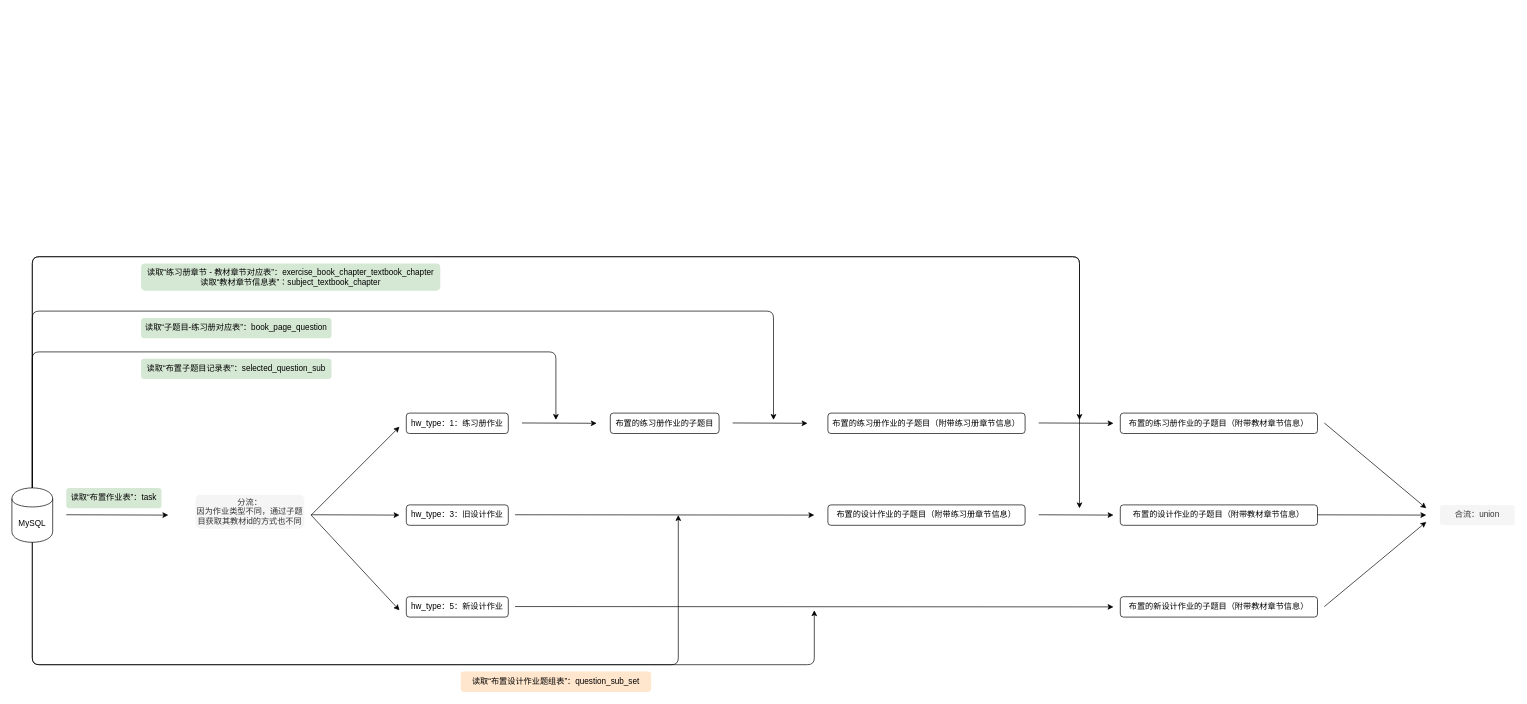
Earlier version of the draw.io diagram page "实时计算-布置子题目明细表" (2 of 2) of Untitled Diagram.drawio (just-lancer/my_note). Source tidied: cells renumbered, new cells numbered last; positions are measured from the earlier drawing's top-left corner, leaving out a move shared by most shapes. Both pictures are drawn from the tidied source at 68%, with x=0, y=0 at pixel (12, 256).
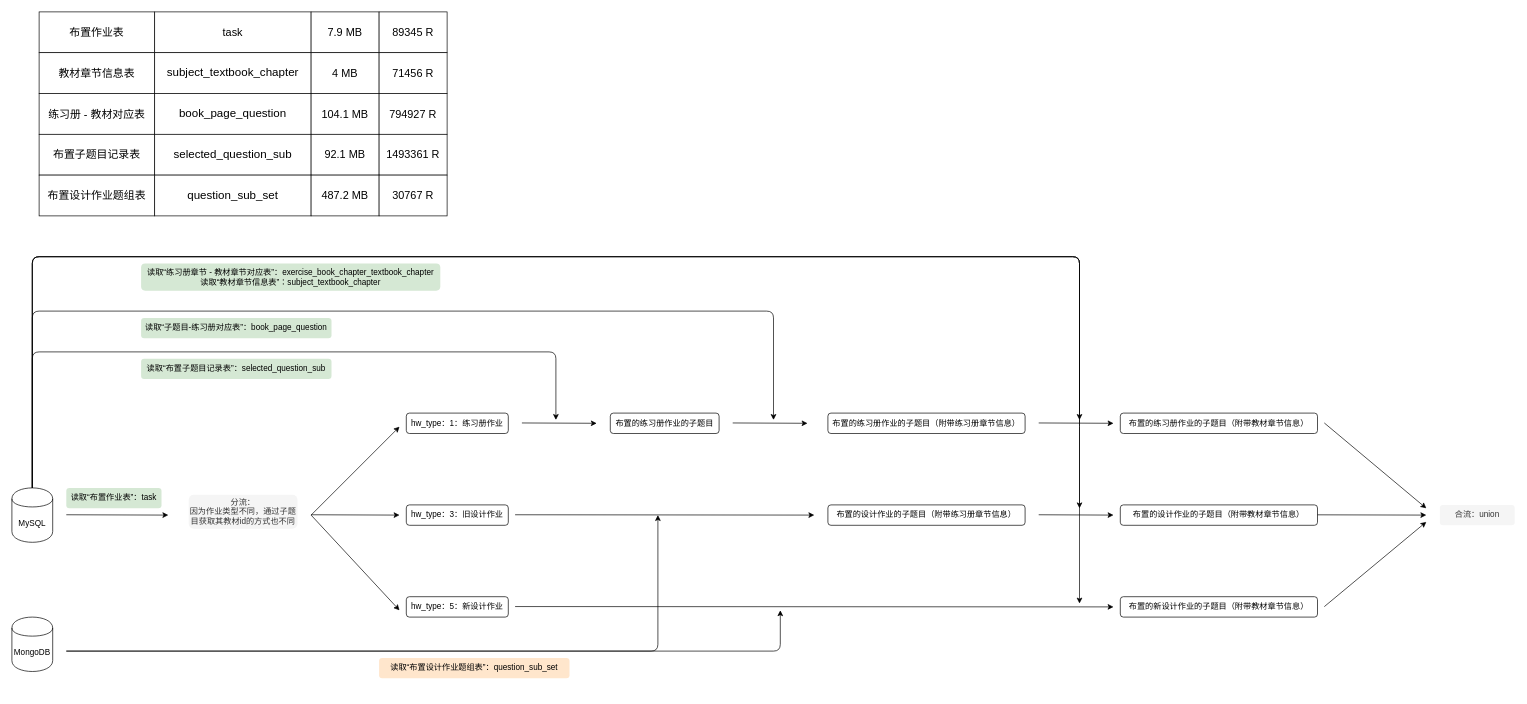
The same diagram, later.

Commit message (it also covers changes not shown here):
kafka comsumer

Change to the diagram source:
```diff
@@
     <mxCell id="8" value="分流：&lt;br&gt;因为作业类型不同，通过子题目获取其教材id的方式也不同" style="rounded=1;whiteSpace=wrap;html=1;fillColor=#f5f5f5;strokeColor=none;fontColor=#333333;" parent="1" vertex="1">
-      <mxGeometry x="270" y="350" width="160" height="50" as="geometry" />
+      <mxGeometry x="260" y="350" width="160" height="50" as="geometry" />
     </mxCell>
@@
-    <mxCell id="25" style="endArrow=classic;html=1;edgeStyle=orthogonalEdgeStyle;" parent="1" edge="1">
-      <mxGeometry relative="1" as="geometry">
-        <mxPoint x="30" y="420" as="sourcePoint" />
-        <mxPoint x="980" y="380" as="targetPoint" />
-        <Array as="points">
-          <mxPoint x="30" y="600" />
-          <mxPoint x="980" y="600" />
-        </Array>
-      </mxGeometry>
-    </mxCell>
     <mxCell id="26" value="读取“&lt;span style=&quot;font-size: 12px;&quot;&gt;布置设计作业题组表&lt;/span&gt;”：&lt;span lang=&quot;EN-US&quot; style=&quot;font-size: 12px;&quot;&gt;question_sub_set&lt;/span&gt;" style="rounded=1;whiteSpace=wrap;html=1;fillColor=#ffe6cc;strokeColor=none;fontSize=12;" parent="1" vertex="1">
-      <mxGeometry x="660" y="610" width="280" height="30" as="geometry" />
+      <mxGeometry x="540" y="590" width="280" height="30" as="geometry" />
     </mxCell>
@@
-    <mxCell id="34" style="endArrow=classic;html=1;edgeStyle=orthogonalEdgeStyle;" parent="1" edge="1">
-      <mxGeometry relative="1" as="geometry">
-        <mxPoint x="30" y="420" as="sourcePoint" />
-        <mxPoint x="1180" y="520" as="targetPoint" />
-        <Array as="points">
-          <mxPoint x="30" y="600" />
-          <mxPoint x="1180" y="600" />
-        </Array>
-      </mxGeometry>
-    </mxCell>
@@
+    <mxCell id="38" value="布置作业表" style="rounded=0;whiteSpace=wrap;html=1;fontSize=16;" parent="1" vertex="1">
+      <mxGeometry x="40" y="-360" width="170" height="60" as="geometry" />
+    </mxCell>
+    <mxCell id="39" value="task" style="rounded=0;whiteSpace=wrap;html=1;fontSize=16;" parent="1" vertex="1">
+      <mxGeometry x="210" y="-360" width="230" height="60" as="geometry" />
+    </mxCell>
+    <mxCell id="40" value="7.9 MB" style="rounded=0;whiteSpace=wrap;html=1;fontSize=16;" parent="1" vertex="1">
+      <mxGeometry x="440" y="-360" width="100" height="60" as="geometry" />
+    </mxCell>
+    <mxCell id="41" value="89345 R" style="rounded=0;whiteSpace=wrap;html=1;fontSize=16;" parent="1" vertex="1">
+      <mxGeometry x="540" y="-360" width="100" height="60" as="geometry" />
+    </mxCell>
+    <mxCell id="42" value="教材章节信息表" style="rounded=0;whiteSpace=wrap;html=1;fontSize=16;" parent="1" vertex="1">
+      <mxGeometry x="40" y="-300" width="170" height="60" as="geometry" />
+    </mxCell>
+    <mxCell id="43" value="&lt;span style=&quot;font-size: 17px;&quot;&gt;subject_textbook_chapter&lt;/span&gt;" style="rounded=0;whiteSpace=wrap;html=1;fontSize=17;" parent="1" vertex="1">
+      <mxGeometry x="210" y="-300" width="230" height="60" as="geometry" />
+    </mxCell>
+    <mxCell id="44" value="4 MB" style="rounded=0;whiteSpace=wrap;html=1;fontSize=16;" parent="1" vertex="1">
+      <mxGeometry x="440" y="-300" width="100" height="60" as="geometry" />
+    </mxCell>
+    <mxCell id="45" value="71456 R" style="rounded=0;whiteSpace=wrap;html=1;fontSize=16;" parent="1" vertex="1">
+      <mxGeometry x="540" y="-300" width="100" height="60" as="geometry" />
+    </mxCell>
+    <mxCell id="46" value="MongoDB" style="shape=cylinder;whiteSpace=wrap;html=1;boundedLbl=1;backgroundOutline=1;fontSize=12;" parent="1" vertex="1">
+      <mxGeometry y="530" width="60" height="80" as="geometry" />
+    </mxCell>
+    <mxCell id="47" style="endArrow=classic;html=1;edgeStyle=orthogonalEdgeStyle;" parent="1" edge="1">
+      <mxGeometry relative="1" as="geometry">
+        <mxPoint x="80" y="580" as="sourcePoint" />
+        <mxPoint x="950" y="380" as="targetPoint" />
+        <Array as="points">
+          <mxPoint x="80" y="580" />
+          <mxPoint x="950" y="580" />
+        </Array>
+      </mxGeometry>
+    </mxCell>
+    <mxCell id="48" style="endArrow=classic;html=1;edgeStyle=orthogonalEdgeStyle;" parent="1" edge="1">
+      <mxGeometry relative="1" as="geometry">
+        <mxPoint x="80" y="580" as="sourcePoint" />
+        <mxPoint x="1130" y="520" as="targetPoint" />
+        <Array as="points">
+          <mxPoint x="80" y="580" />
+          <mxPoint x="1130" y="580" />
+        </Array>
+      </mxGeometry>
+    </mxCell>
+    <mxCell id="49" value="练习册 - 教材对应表" style="rounded=0;whiteSpace=wrap;html=1;fontSize=16;" parent="1" vertex="1">
+      <mxGeometry x="40" y="-240" width="170" height="60" as="geometry" />
+    </mxCell>
+    <mxCell id="50" value="&lt;span style=&quot;font-size: 17px&quot;&gt;book_page_question&lt;/span&gt;" style="rounded=0;whiteSpace=wrap;html=1;fontSize=17;" parent="1" vertex="1">
+      <mxGeometry x="210" y="-240" width="230" height="60" as="geometry" />
+    </mxCell>
+    <mxCell id="51" value="104.1 MB" style="rounded=0;whiteSpace=wrap;html=1;fontSize=16;" parent="1" vertex="1">
+      <mxGeometry x="440" y="-240" width="100" height="60" as="geometry" />
+    </mxCell>
+    <mxCell id="52" value="794927 R" style="rounded=0;whiteSpace=wrap;html=1;fontSize=16;" parent="1" vertex="1">
+      <mxGeometry x="540" y="-240" width="100" height="60" as="geometry" />
+    </mxCell>
+    <mxCell id="53" style="endArrow=classic;html=1;exitX=0.5;exitY=0;exitDx=0;exitDy=0;edgeStyle=orthogonalEdgeStyle;" parent="1" edge="1">
+      <mxGeometry relative="1" as="geometry">
+        <mxPoint x="30" y="340" as="sourcePoint" />
+        <mxPoint x="1570" y="510" as="targetPoint" />
+        <Array as="points">
+          <mxPoint x="30" />
+          <mxPoint x="1570" />
+          <mxPoint x="1570" y="240" />
+        </Array>
+      </mxGeometry>
+    </mxCell>
+    <mxCell id="54" value="布置子题目记录表" style="rounded=0;whiteSpace=wrap;html=1;fontSize=16;" parent="1" vertex="1">
+      <mxGeometry x="40" y="-180" width="170" height="60" as="geometry" />
+    </mxCell>
+    <mxCell id="55" value="&lt;span style=&quot;font-size: 17px&quot;&gt;selected_question_sub&lt;/span&gt;" style="rounded=0;whiteSpace=wrap;html=1;fontSize=17;" parent="1" vertex="1">
+      <mxGeometry x="210" y="-180" width="230" height="60" as="geometry" />
+    </mxCell>
+    <mxCell id="56" value="92.1 MB" style="rounded=0;whiteSpace=wrap;html=1;fontSize=16;" parent="1" vertex="1">
+      <mxGeometry x="440" y="-180" width="100" height="60" as="geometry" />
+    </mxCell>
+    <mxCell id="57" value="1493361 R" style="rounded=0;whiteSpace=wrap;html=1;fontSize=16;" parent="1" vertex="1">
+      <mxGeometry x="540" y="-180" width="100" height="60" as="geometry" />
+    </mxCell>
+    <mxCell id="58" value="布置设计作业题组表" style="rounded=0;whiteSpace=wrap;html=1;fontSize=16;" parent="1" vertex="1">
+      <mxGeometry x="40" y="-120" width="170" height="60" as="geometry" />
+    </mxCell>
+    <mxCell id="59" value="&lt;span style=&quot;font-size: 17px&quot;&gt;question_sub_set&lt;/span&gt;" style="rounded=0;whiteSpace=wrap;html=1;fontSize=17;" parent="1" vertex="1">
+      <mxGeometry x="210" y="-120" width="230" height="60" as="geometry" />
+    </mxCell>
+    <mxCell id="60" value="487.2 MB" style="rounded=0;whiteSpace=wrap;html=1;fontSize=16;" parent="1" vertex="1">
+      <mxGeometry x="440" y="-120" width="100" height="60" as="geometry" />
+    </mxCell>
+    <mxCell id="61" value="30767 R" style="rounded=0;whiteSpace=wrap;html=1;fontSize=16;" parent="1" vertex="1">
+      <mxGeometry x="540" y="-120" width="100" height="60" as="geometry" />
+    </mxCell>
```
